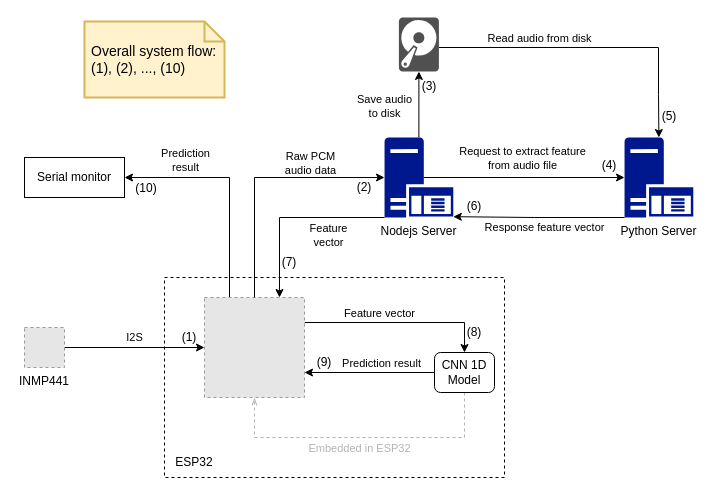
The draw.io diagram page "Mô hình hệ thống hiện tại" (1 of 3) of docs/system-flow.drawio in nnminh-sam/user-voice-authentication-cnn, before the edit. Source tidied: cells renumbered, new cells numbered last; positions are measured from the earlier drawing's top-left corner, leaving out a move shared by most shapes. Both pictures are drawn from the tidied source at 100%, with x=0, y=0 at pixel (24, 17). Pictures stored in the file or linked from it are replaced by grey dashed boxes.
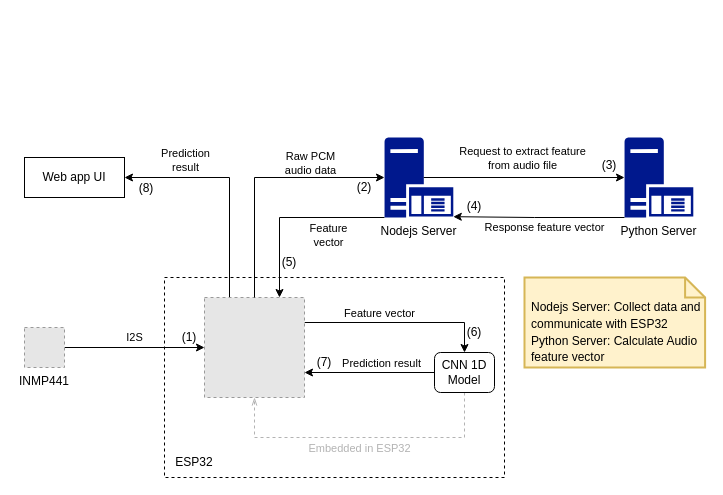
After the change.

Unchanged cells that the change refers to:
```xml
<mxCell id="13" value="Nodejs Server" style="sketch=0;shadow=0;dashed=0;html=1;strokeColor=none;labelPosition=center;verticalLabelPosition=bottom;verticalAlign=top;align=center;fillColor=#00188D;shape=mxgraph.mscae.enterprise.application_server;" parent="1" vertex="1">
  <mxGeometry x="360" y="120" width="68.8" height="80" as="geometry" />
</mxCell>
<mxCell id="18" value="Python Server" style="sketch=0;shadow=0;dashed=0;html=1;strokeColor=none;labelPosition=center;verticalLabelPosition=bottom;verticalAlign=top;align=center;fillColor=#00188D;shape=mxgraph.mscae.enterprise.application_server;" parent="1" vertex="1">
  <mxGeometry x="600" y="120" width="68.8" height="80" as="geometry" />
</mxCell>
```

What changed in the source:
```diff
@@
-    <mxCell id="12" value="Save audio &lt;br&gt;to disk" style="edgeStyle=orthogonalEdgeStyle;rounded=0;jettySize=auto;html=1;exitX=0.5;exitY=0;exitDx=0;exitDy=0;exitPerimeter=0;" parent="1" edge="1" source="13" target="27">
-      <mxGeometry x="-0.07" y="34" relative="1" as="geometry" />
-    </mxCell>
@@
-    <mxCell id="16" style="edgeStyle=orthogonalEdgeStyle;rounded=0;jettySize=auto;html=1;entryX=0.5;entryY=0;entryDx=0;entryDy=0;entryPerimeter=0;" parent="1" edge="1" source="27" target="18">
-      <mxGeometry relative="1" as="geometry">
-        <Array as="points">
-          <mxPoint x="634" y="30" />
-          <mxPoint x="634" y="77" />
-        </Array>
-      </mxGeometry>
-    </mxCell>
-    <mxCell id="17" value="Read audio from disk" style="edgeLabel;html=1;align=center;verticalAlign=middle;" parent="16" vertex="1">
-      <mxGeometry x="-0.39" relative="1" as="geometry">
-        <mxPoint x="6" y="-10" as="offset" />
-      </mxGeometry>
-    </mxCell>
@@
-    <mxCell id="27" style="sketch=0;shadow=0;dashed=0;html=1;strokeColor=none;fillColor=#505050;labelPosition=center;verticalLabelPosition=bottom;verticalAlign=top;outlineConnect=0;align=center;shape=mxgraph.office.devices.hard_disk;" parent="1" vertex="1">
-      <mxGeometry x="374.4" width="40" height="54" as="geometry" />
-    </mxCell>
@@
-    <mxCell id="31" value="(3)" style="text;html=1;strokeColor=none;fillColor=none;align=center;verticalAlign=middle;whiteSpace=wrap;rounded=0;" parent="1" vertex="1">
-      <mxGeometry x="390" y="54" width="30" height="30" as="geometry" />
-    </mxCell>
-    <mxCell id="32" value="(4)" style="text;html=1;strokeColor=none;fillColor=none;align=center;verticalAlign=middle;whiteSpace=wrap;rounded=0;" parent="1" vertex="1">
+    <mxCell id="32" value="(3)" style="text;html=1;strokeColor=none;fillColor=none;align=center;verticalAlign=middle;whiteSpace=wrap;rounded=0;" parent="1" vertex="1">
       <mxGeometry x="570" y="133" width="30" height="30" as="geometry" />
     </mxCell>
-    <mxCell id="33" value="(5)" style="text;html=1;strokeColor=none;fillColor=none;align=center;verticalAlign=middle;whiteSpace=wrap;rounded=0;" parent="1" vertex="1">
-      <mxGeometry x="630" y="84" width="30" height="30" as="geometry" />
-    </mxCell>
-    <mxCell id="34" value="(6)" style="text;html=1;strokeColor=none;fillColor=none;align=center;verticalAlign=middle;whiteSpace=wrap;rounded=0;" parent="1" vertex="1">
+    <mxCell id="34" value="(4)" style="text;html=1;strokeColor=none;fillColor=none;align=center;verticalAlign=middle;whiteSpace=wrap;rounded=0;" parent="1" vertex="1">
       <mxGeometry x="435" y="174" width="30" height="30" as="geometry" />
     </mxCell>
-    <mxCell id="35" value="(7)" style="text;html=1;strokeColor=none;fillColor=none;align=center;verticalAlign=middle;whiteSpace=wrap;rounded=0;" parent="1" vertex="1">
+    <mxCell id="35" value="(5)" style="text;html=1;strokeColor=none;fillColor=none;align=center;verticalAlign=middle;whiteSpace=wrap;rounded=0;" parent="1" vertex="1">
       <mxGeometry x="250" y="230" width="30" height="30" as="geometry" />
     </mxCell>
-    <mxCell id="36" value="(8)" style="text;html=1;strokeColor=none;fillColor=none;align=center;verticalAlign=middle;whiteSpace=wrap;rounded=0;" parent="1" vertex="1">
+    <mxCell id="36" value="(6)" style="text;html=1;strokeColor=none;fillColor=none;align=center;verticalAlign=middle;whiteSpace=wrap;rounded=0;" parent="1" vertex="1">
       <mxGeometry x="435" y="300" width="30" height="30" as="geometry" />
     </mxCell>
-    <mxCell id="37" value="(9)" style="text;html=1;strokeColor=none;fillColor=none;align=center;verticalAlign=middle;whiteSpace=wrap;rounded=0;" parent="1" vertex="1">
+    <mxCell id="37" value="(7)" style="text;html=1;strokeColor=none;fillColor=none;align=center;verticalAlign=middle;whiteSpace=wrap;rounded=0;" parent="1" vertex="1">
       <mxGeometry x="285" y="330" width="30" height="30" as="geometry" />
     </mxCell>
-    <mxCell id="38" value="Serial monitor" style="rounded=0;whiteSpace=wrap;html=1;" parent="1" vertex="1">
+    <mxCell id="38" value="Web app UI" style="rounded=0;whiteSpace=wrap;html=1;" parent="1" vertex="1">
       <mxGeometry y="140" width="100" height="40" as="geometry" />
     </mxCell>
-    <mxCell id="39" value="(10)" style="text;html=1;strokeColor=none;fillColor=none;align=center;verticalAlign=middle;whiteSpace=wrap;rounded=0;" parent="1" vertex="1">
+    <mxCell id="39" value="(8)" style="text;html=1;strokeColor=none;fillColor=none;align=center;verticalAlign=middle;whiteSpace=wrap;rounded=0;" parent="1" vertex="1">
       <mxGeometry x="107" y="156" width="30" height="30" as="geometry" />
     </mxCell>
-    <mxCell id="40" value="&lt;font color=&quot;#000000&quot;&gt;Overall system flow: (1), (2), ..., (10)&lt;/font&gt;" style="shape=note;strokeWidth=2;fontSize=14;size=20;whiteSpace=wrap;html=1;fillColor=#fff2cc;strokeColor=#d6b656;fontColor=#666600;align=left;spacingLeft=5;" parent="1" vertex="1">
-      <mxGeometry x="60" y="4" width="140" height="76" as="geometry" />
+    <mxCell id="40" value="&lt;font style=&quot;font-size: 12px;&quot; color=&quot;#000000&quot;&gt;Nodejs Server: Collect data and communicate with ESP32&lt;br&gt;Python Server: Calculate Audio feature vector&lt;br&gt;&lt;/font&gt;" style="shape=note;strokeWidth=2;fontSize=14;size=20;whiteSpace=wrap;html=1;fillColor=#fff2cc;strokeColor=#d6b656;fontColor=#666600;align=left;spacingLeft=5;spacingTop=17;" parent="1" vertex="1">
+      <mxGeometry x="500" y="260" width="180.6" height="90" as="geometry" />
     </mxCell>
```
